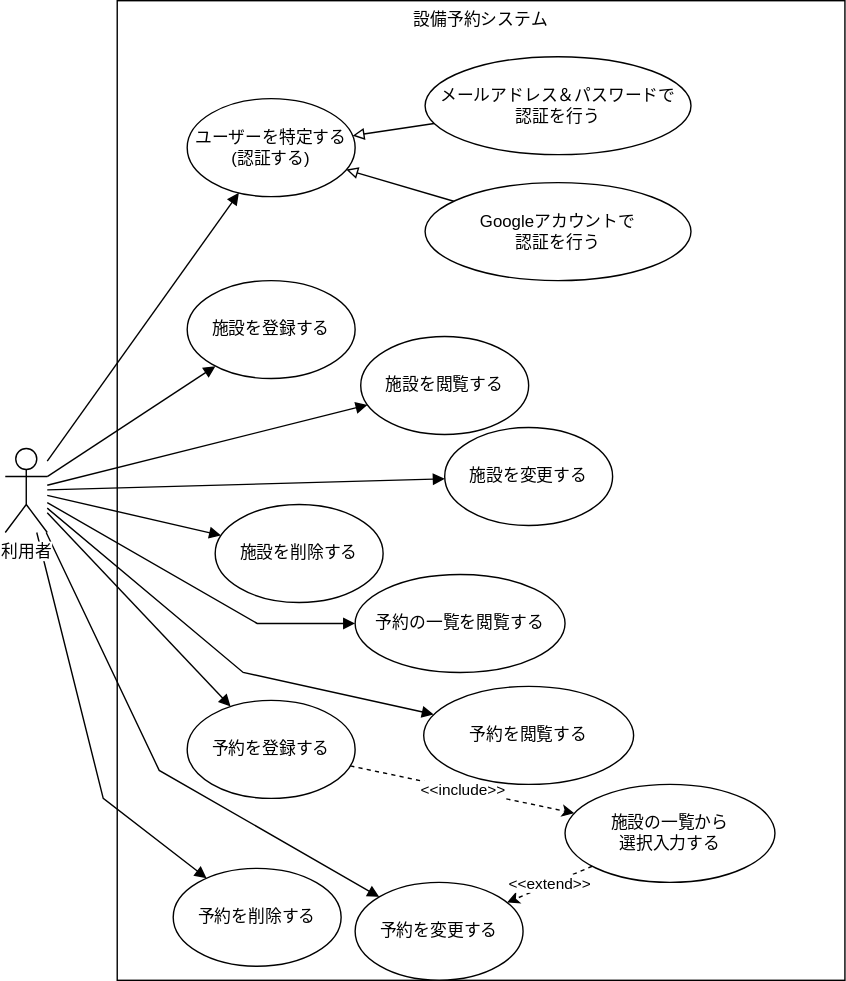
The draw.io diagram docs/usecase.drawio.svg in ebi311/facility-reservation, before a commit. Source tidied: cells renumbered, new cells last; positions are measured from the earlier drawing's top-left corner, leaving out a move shared by most shapes.
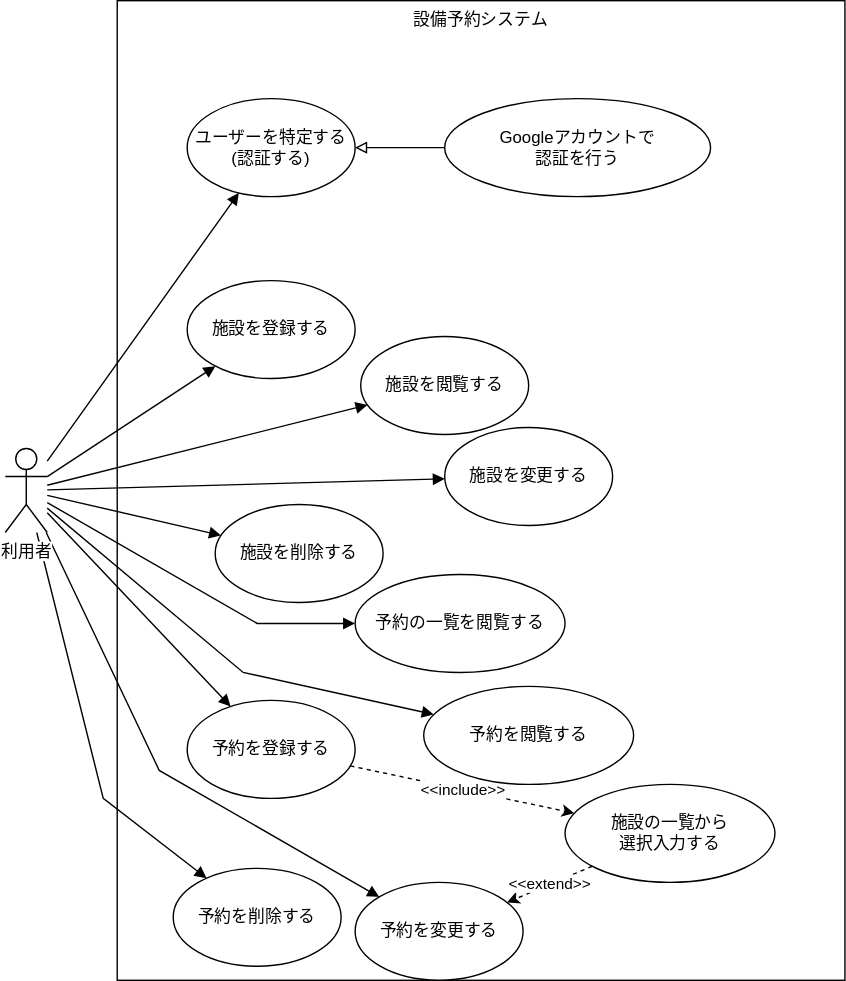
After the change.

The edit, as a diff of the source:
```diff
@@ -5,12 +5,6 @@
     <mxCell id="2" value="設備予約システム" style="rounded=0;whiteSpace=wrap;html=1;verticalAlign=top;" parent="1" vertex="1">
       <mxGeometry x="80" width="520" height="700" as="geometry" />
     </mxCell>
-    <mxCell id="3" style="rounded=0;jettySize=auto;html=1;endFill=0;endArrow=block;" parent="1" edge="1" source="4" target="5">
-      <mxGeometry relative="1" as="geometry" />
-    </mxCell>
-    <mxCell id="4" value="メールアドレス＆パスワードで&lt;br&gt;認証を行う" style="ellipse;whiteSpace=wrap;html=1;" parent="1" vertex="1">
-      <mxGeometry x="300" y="40" width="190" height="70" as="geometry" />
-    </mxCell>
     <mxCell id="5" value="ユーザーを特定する&lt;br&gt;(認証する)" style="ellipse;whiteSpace=wrap;html=1;" parent="1" vertex="1">
       <mxGeometry x="130" y="70" width="120" height="70" as="geometry" />
     </mxCell>
@@ -18,7 +12,7 @@
       <mxGeometry relative="1" as="geometry" />
     </mxCell>
     <mxCell id="7" value="Googleアカウントで&lt;br&gt;認証を行う" style="ellipse;whiteSpace=wrap;html=1;" parent="1" vertex="1">
-      <mxGeometry x="300" y="130" width="190" height="70" as="geometry" />
+      <mxGeometry x="314" y="70" width="190" height="70" as="geometry" />
     </mxCell>
     <mxCell id="8" value="施設を登録する" style="ellipse;whiteSpace=wrap;html=1;" parent="1" vertex="1">
       <mxGeometry x="130" y="200" width="120" height="70" as="geometry" />
```
